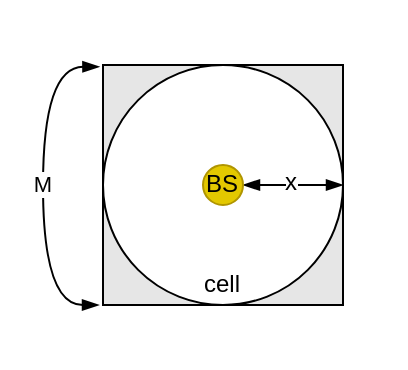
The draw.io diagram docs/img/d-simplified.drawio in APochiero/Aeronautical-Communication-Simulation, before the edit. Source tidied: cells renumbered, new cells numbered last; positions are measured from the earlier drawing's top-left corner, leaving out a move shared by most shapes. Both pictures are drawn from the tidied source at 200%, with x=0, y=0 at pixel (42, 64).
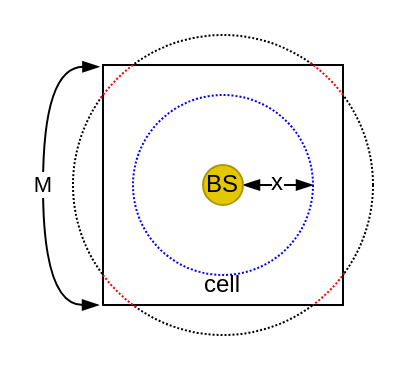
After the change.

What changed in the source:
```diff
@@
 <mxGraphModel>
   <root>
     <mxCell id="0" />
     <mxCell id="1" parent="0" />
+    <mxCell id="9" style="ellipse;whiteSpace=wrap;html=1;fillColor=none;dashed=1;dashPattern=1 1;strokeColor=#000000;" parent="1" vertex="1">
+      <mxGeometry x="15" y="-15" width="150" height="150" as="geometry" />
+    </mxCell>
-    <mxCell id="2" style="rounded=0;whiteSpace=wrap;html=1;fillColor=#E6E6E6;strokeColor=#000000;" parent="1" vertex="1">
+    <mxCell id="2" style="rounded=0;whiteSpace=wrap;html=1;fillColor=#ffffff;strokeColor=#000000;" parent="1" vertex="1">
       <mxGeometry x="30" width="120" height="120" as="geometry" />
     </mxCell>
-    <mxCell id="3" style="ellipse;whiteSpace=wrap;html=1;fillColor=#ffffff;" parent="1" vertex="1">
-      <mxGeometry x="30" width="120" height="120" as="geometry" />
-    </mxCell>
-    <mxCell id="4" style="endArrow=blockThin;html=1;entryX=1;entryY=0.5;entryDx=0;entryDy=0;endFill=1;startArrow=blockThin;startFill=1;" parent="1" edge="1" source="8" target="2">
+    <mxCell id="4" style="endArrow=blockThin;html=1;entryX=1;entryY=0.5;entryDx=0;entryDy=0;endFill=1;startArrow=blockThin;startFill=1;" parent="1" edge="1" source="8" target="10">
       <mxGeometry relative="1" as="geometry" />
     </mxCell>
     <mxCell id="5" value="x" style="text;html=1;align=center;verticalAlign=middle;labelBackgroundColor=#ffffff;" parent="4" vertex="1">
       <mxGeometry x="-0.09" y="2" relative="1" as="geometry" />
     </mxCell>
     <mxCell id="6" value="cell" style="text;html=1;strokeColor=none;fillColor=none;align=center;verticalAlign=middle;whiteSpace=wrap;rounded=0;" parent="1" vertex="1">
       <mxGeometry x="70" y="100" width="40" height="20" as="geometry" />
     </mxCell>
     <mxCell id="7" value="M" style="curved=1;endArrow=blockThin;html=1;entryX=-0.015;entryY=0.007;entryDx=0;entryDy=0;entryPerimeter=0;startArrow=blockThin;startFill=1;endFill=1;" parent="1" edge="1" target="2">
       <mxGeometry relative="1" as="geometry">
         <mxPoint x="28" y="120" as="sourcePoint" />
         <Array as="points">
           <mxPoint y="120" />
           <mxPoint y="1" />
         </Array>
       </mxGeometry>
     </mxCell>
     <mxCell id="8" value="&lt;font color=&quot;#000000&quot;&gt;BS&lt;/font&gt;" style="ellipse;whiteSpace=wrap;html=1;fillColor=#e3c800;strokeColor=#B09500;fontColor=#ffffff;" parent="1" vertex="1">
       <mxGeometry x="80" y="50" width="20" height="20" as="geometry" />
     </mxCell>
+    <mxCell id="10" style="ellipse;whiteSpace=wrap;html=1;fillColor=none;dashed=1;dashPattern=1 1;strokeColor=#0000FF;" parent="1" vertex="1">
+      <mxGeometry x="45" y="15" width="90" height="90" as="geometry" />
+    </mxCell>
+    <mxCell id="11" style="verticalLabelPosition=bottom;verticalAlign=top;html=1;shape=mxgraph.basic.arc;startAngle=0.34994632657949537;endAngle=0.39758361765043326;dashed=1;dashPattern=1 1;strokeColor=#FF0000;fillColor=#ffffff;" parent="1" vertex="1">
+      <mxGeometry x="15" y="-15" width="150" height="150" as="geometry" />
+    </mxCell>
+    <mxCell id="12" style="verticalLabelPosition=bottom;verticalAlign=top;html=1;shape=mxgraph.basic.arc;startAngle=0.3487157716443733;endAngle=0.39758361765043326;dashed=1;dashPattern=1 1;strokeColor=#FF0000;fillColor=#ffffff;rotation=-90;" parent="1" vertex="1">
+      <mxGeometry x="15" y="-15" width="150" height="150" as="geometry" />
+    </mxCell>
+    <mxCell id="13" style="verticalLabelPosition=bottom;verticalAlign=top;html=1;shape=mxgraph.basic.arc;startAngle=0.3487157716443733;endAngle=0.39758361765043326;dashed=1;dashPattern=1 1;strokeColor=#FF0000;fillColor=#ffffff;rotation=180;" parent="1" vertex="1">
+      <mxGeometry x="15" y="-15" width="150" height="150" as="geometry" />
+    </mxCell>
+    <mxCell id="14" style="verticalLabelPosition=bottom;verticalAlign=top;html=1;shape=mxgraph.basic.arc;startAngle=0.3487157716443733;endAngle=0.39758361765043326;dashed=1;dashPattern=1 1;strokeColor=#FF0000;fillColor=#ffffff;rotation=90;" parent="1" vertex="1">
+      <mxGeometry x="15" y="-15" width="150" height="150" as="geometry" />
+    </mxCell>
   </root>
 </mxGraphModel>
```
